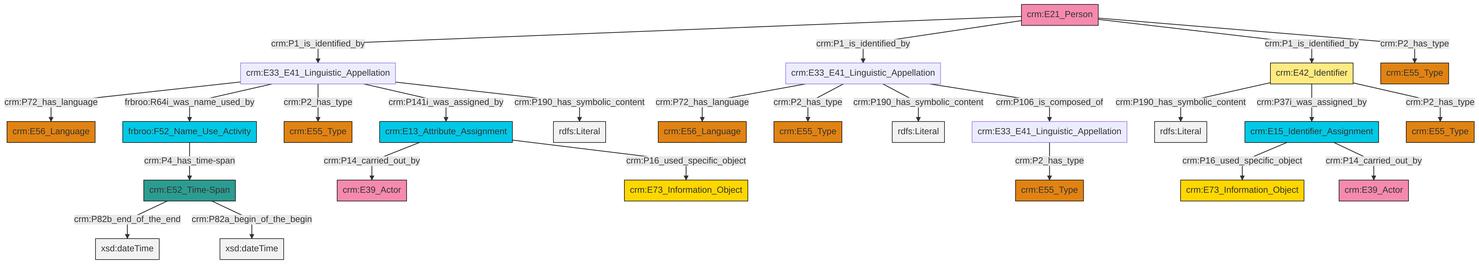
Earlier version of the Mermaid export et/personCSV/ttl/mmd/png/Person_Names_and_Classification.png (swiss-art-research-net/reference-data-models). Its source is kept beside it as et/personCSV/ttl/mmd/Person_Names_and_Classification.ttl.mmd. The source it was exported from:
```mermaid
graph TD
classDef Literal fill:#f2f2f2,stroke:#000000;
classDef CRM_Entity fill:#FFFFFF,stroke:#000000;
classDef Temporal_Entity fill:#00C9E6, stroke:#000000;
classDef Type fill:#E18312, stroke:#000000;
classDef Time-Span fill:#2C9C91, stroke:#000000;
classDef Appellation fill:#FFEB7F, stroke:#000000;
classDef Place fill:#008836, stroke:#000000;
classDef Persistent_Item fill:#B266B2, stroke:#000000;
classDef Conceptual_Object fill:#FFD700, stroke:#000000;
classDef Physical_Thing fill:#D2B48C, stroke:#000000;
classDef Actor fill:#f58aad, stroke:#000000;
classDef PC_Classes fill:#4ce600, stroke:#000000;
classDef Multi fill:#cccccc,stroke:#000000;

0["crm:E33_E41_Linguistic_Appellation"]:::Default -->|crm:P72_has_language| 1["crm:E56_Language"]:::Type
4["crm:E13_Attribute_Assignment"]:::Temporal_Entity -->|crm:P14_carried_out_by| 5["crm:E39_Actor"]:::Actor
8["crm:E21_Person"]:::Actor -->|crm:P1_is_identified_by| 0["crm:E33_E41_Linguistic_Appellation"]:::Default
11["crm:E52_Time-Span"]:::Time-Span -->|crm:P82b_end_of_the_end| 12[xsd:dateTime]:::Literal
6["crm:E33_E41_Linguistic_Appellation"]:::Default -->|crm:P72_has_language| 13["crm:E56_Language"]:::Type
9["crm:E33_E41_Linguistic_Appellation"]:::Default -->|crm:P2_has_type| 14["crm:E55_Type"]:::Type
15["crm:E42_Identifier"]:::Appellation -->|crm:P190_has_symbolic_content| 16[rdfs:Literal]:::Literal
0["crm:E33_E41_Linguistic_Appellation"]:::Default -->|frbroo:R64i_was_name_used_by| 20["frbroo:F52_Name_Use_Activity"]:::Temporal_Entity
8["crm:E21_Person"]:::Actor -->|crm:P1_is_identified_by| 6["crm:E33_E41_Linguistic_Appellation"]:::Default
0["crm:E33_E41_Linguistic_Appellation"]:::Default -->|crm:P2_has_type| 23["crm:E55_Type"]:::Type
6["crm:E33_E41_Linguistic_Appellation"]:::Default -->|crm:P2_has_type| 25["crm:E55_Type"]:::Type
15["crm:E42_Identifier"]:::Appellation -->|crm:P37i_was_assigned_by| 26["crm:E15_Identifier_Assignment"]:::Temporal_Entity
4["crm:E13_Attribute_Assignment"]:::Temporal_Entity -->|crm:P16_used_specific_object| 21["crm:E73_Information_Object"]:::Conceptual_Object
26["crm:E15_Identifier_Assignment"]:::Temporal_Entity -->|crm:P16_used_specific_object| 29["crm:E73_Information_Object"]:::Conceptual_Object
6["crm:E33_E41_Linguistic_Appellation"]:::Default -->|crm:P190_has_symbolic_content| 35[rdfs:Literal]:::Literal
11["crm:E52_Time-Span"]:::Time-Span -->|crm:P82a_begin_of_the_begin| 36[xsd:dateTime]:::Literal
20["frbroo:F52_Name_Use_Activity"]:::Temporal_Entity -->|crm:P4_has_time-span| 11["crm:E52_Time-Span"]:::Time-Span
8["crm:E21_Person"]:::Actor -->|crm:P1_is_identified_by| 15["crm:E42_Identifier"]:::Appellation
0["crm:E33_E41_Linguistic_Appellation"]:::Default -->|crm:P141i_was_assigned_by| 4["crm:E13_Attribute_Assignment"]:::Temporal_Entity
6["crm:E33_E41_Linguistic_Appellation"]:::Default -->|crm:P106_is_composed_of| 9["crm:E33_E41_Linguistic_Appellation"]:::Default
26["crm:E15_Identifier_Assignment"]:::Temporal_Entity -->|crm:P14_carried_out_by| 2["crm:E39_Actor"]:::Actor
8["crm:E21_Person"]:::Actor -->|crm:P2_has_type| 33["crm:E55_Type"]:::Type
15["crm:E42_Identifier"]:::Appellation -->|crm:P2_has_type| 17["crm:E55_Type"]:::Type
0["crm:E33_E41_Linguistic_Appellation"]:::Default -->|crm:P190_has_symbolic_content| 46[rdfs:Literal]:::Literal
```
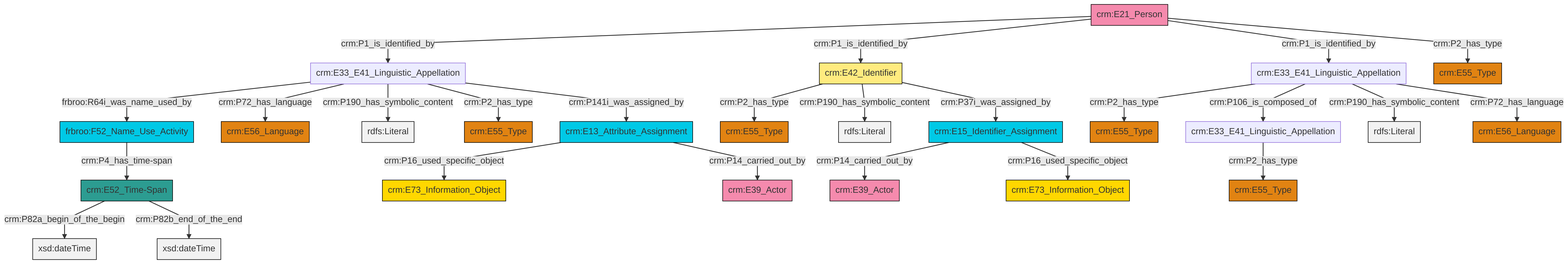
Later version of the same file.

Diff of the diagram source:
```diff
@@ -13,27 +13,27 @@
 classDef PC_Classes fill:#4ce600, stroke:#000000;
 classDef Multi fill:#cccccc,stroke:#000000;
 
-0["crm:E33_E41_Linguistic_Appellation"]:::Default -->|crm:P72_has_language| 1["crm:E56_Language"]:::Type
-4["crm:E13_Attribute_Assignment"]:::Temporal_Entity -->|crm:P14_carried_out_by| 5["crm:E39_Actor"]:::Actor
-8["crm:E21_Person"]:::Actor -->|crm:P1_is_identified_by| 0["crm:E33_E41_Linguistic_Appellation"]:::Default
-11["crm:E52_Time-Span"]:::Time-Span -->|crm:P82b_end_of_the_end| 12[xsd:dateTime]:::Literal
-6["crm:E33_E41_Linguistic_Appellation"]:::Default -->|crm:P72_has_language| 13["crm:E56_Language"]:::Type
-9["crm:E33_E41_Linguistic_Appellation"]:::Default -->|crm:P2_has_type| 14["crm:E55_Type"]:::Type
-15["crm:E42_Identifier"]:::Appellation -->|crm:P190_has_symbolic_content| 16[rdfs:Literal]:::Literal
-0["crm:E33_E41_Linguistic_Appellation"]:::Default -->|frbroo:R64i_was_name_used_by| 20["frbroo:F52_Name_Use_Activity"]:::Temporal_Entity
-8["crm:E21_Person"]:::Actor -->|crm:P1_is_identified_by| 6["crm:E33_E41_Linguistic_Appellation"]:::Default
-0["crm:E33_E41_Linguistic_Appellation"]:::Default -->|crm:P2_has_type| 23["crm:E55_Type"]:::Type
-6["crm:E33_E41_Linguistic_Appellation"]:::Default -->|crm:P2_has_type| 25["crm:E55_Type"]:::Type
-15["crm:E42_Identifier"]:::Appellation -->|crm:P37i_was_assigned_by| 26["crm:E15_Identifier_Assignment"]:::Temporal_Entity
-4["crm:E13_Attribute_Assignment"]:::Temporal_Entity -->|crm:P16_used_specific_object| 21["crm:E73_Information_Object"]:::Conceptual_Object
-26["crm:E15_Identifier_Assignment"]:::Temporal_Entity -->|crm:P16_used_specific_object| 29["crm:E73_Information_Object"]:::Conceptual_Object
-6["crm:E33_E41_Linguistic_Appellation"]:::Default -->|crm:P190_has_symbolic_content| 35[rdfs:Literal]:::Literal
-11["crm:E52_Time-Span"]:::Time-Span -->|crm:P82a_begin_of_the_begin| 36[xsd:dateTime]:::Literal
-20["frbroo:F52_Name_Use_Activity"]:::Temporal_Entity -->|crm:P4_has_time-span| 11["crm:E52_Time-Span"]:::Time-Span
-8["crm:E21_Person"]:::Actor -->|crm:P1_is_identified_by| 15["crm:E42_Identifier"]:::Appellation
-0["crm:E33_E41_Linguistic_Appellation"]:::Default -->|crm:P141i_was_assigned_by| 4["crm:E13_Attribute_Assignment"]:::Temporal_Entity
-6["crm:E33_E41_Linguistic_Appellation"]:::Default -->|crm:P106_is_composed_of| 9["crm:E33_E41_Linguistic_Appellation"]:::Default
-26["crm:E15_Identifier_Assignment"]:::Temporal_Entity -->|crm:P14_carried_out_by| 2["crm:E39_Actor"]:::Actor
-8["crm:E21_Person"]:::Actor -->|crm:P2_has_type| 33["crm:E55_Type"]:::Type
-15["crm:E42_Identifier"]:::Appellation -->|crm:P2_has_type| 17["crm:E55_Type"]:::Type
-0["crm:E33_E41_Linguistic_Appellation"]:::Default -->|crm:P190_has_symbolic_content| 46[rdfs:Literal]:::Literal
+0["crm:E15_Identifier_Assignment"]:::Temporal_Entity -->|crm:P14_carried_out_by| 1["crm:E39_Actor"]:::Actor
+2["crm:E33_E41_Linguistic_Appellation"]:::Default -->|frbroo:R64i_was_name_used_by| 3["frbroo:F52_Name_Use_Activity"]:::Temporal_Entity
+4["crm:E21_Person"]:::Actor -->|crm:P1_is_identified_by| 2["crm:E33_E41_Linguistic_Appellation"]:::Default
+5["crm:E13_Attribute_Assignment"]:::Temporal_Entity -->|crm:P16_used_specific_object| 6["crm:E73_Information_Object"]:::Conceptual_Object
+4["crm:E21_Person"]:::Actor -->|crm:P1_is_identified_by| 7["crm:E42_Identifier"]:::Appellation
+2["crm:E33_E41_Linguistic_Appellation"]:::Default -->|crm:P72_has_language| 8["crm:E56_Language"]:::Type
+2["crm:E33_E41_Linguistic_Appellation"]:::Default -->|crm:P190_has_symbolic_content| 11[rdfs:Literal]:::Literal
+4["crm:E21_Person"]:::Actor -->|crm:P1_is_identified_by| 12["crm:E33_E41_Linguistic_Appellation"]:::Default
+12["crm:E33_E41_Linguistic_Appellation"]:::Default -->|crm:P2_has_type| 13["crm:E55_Type"]:::Type
+18["crm:E33_E41_Linguistic_Appellation"]:::Default -->|crm:P2_has_type| 19["crm:E55_Type"]:::Type
+21["crm:E52_Time-Span"]:::Time-Span -->|crm:P82a_begin_of_the_begin| 22[xsd:dateTime]:::Literal
+12["crm:E33_E41_Linguistic_Appellation"]:::Default -->|crm:P106_is_composed_of| 18["crm:E33_E41_Linguistic_Appellation"]:::Default
+12["crm:E33_E41_Linguistic_Appellation"]:::Default -->|crm:P190_has_symbolic_content| 27[rdfs:Literal]:::Literal
+0["crm:E15_Identifier_Assignment"]:::Temporal_Entity -->|crm:P16_used_specific_object| 14["crm:E73_Information_Object"]:::Conceptual_Object
+7["crm:E42_Identifier"]:::Appellation -->|crm:P2_has_type| 30["crm:E55_Type"]:::Type
+2["crm:E33_E41_Linguistic_Appellation"]:::Default -->|crm:P2_has_type| 35["crm:E55_Type"]:::Type
+5["crm:E13_Attribute_Assignment"]:::Temporal_Entity -->|crm:P14_carried_out_by| 31["crm:E39_Actor"]:::Actor
+21["crm:E52_Time-Span"]:::Time-Span -->|crm:P82b_end_of_the_end| 37[xsd:dateTime]:::Literal
+7["crm:E42_Identifier"]:::Appellation -->|crm:P190_has_symbolic_content| 38[rdfs:Literal]:::Literal
+4["crm:E21_Person"]:::Actor -->|crm:P2_has_type| 24["crm:E55_Type"]:::Type
+12["crm:E33_E41_Linguistic_Appellation"]:::Default -->|crm:P72_has_language| 16["crm:E56_Language"]:::Type
+3["frbroo:F52_Name_Use_Activity"]:::Temporal_Entity -->|crm:P4_has_time-span| 21["crm:E52_Time-Span"]:::Time-Span
+2["crm:E33_E41_Linguistic_Appellation"]:::Default -->|crm:P141i_was_assigned_by| 5["crm:E13_Attribute_Assignment"]:::Temporal_Entity
+7["crm:E42_Identifier"]:::Appellation -->|crm:P37i_was_assigned_by| 0["crm:E15_Identifier_Assignment"]:::Temporal_Entity
```
